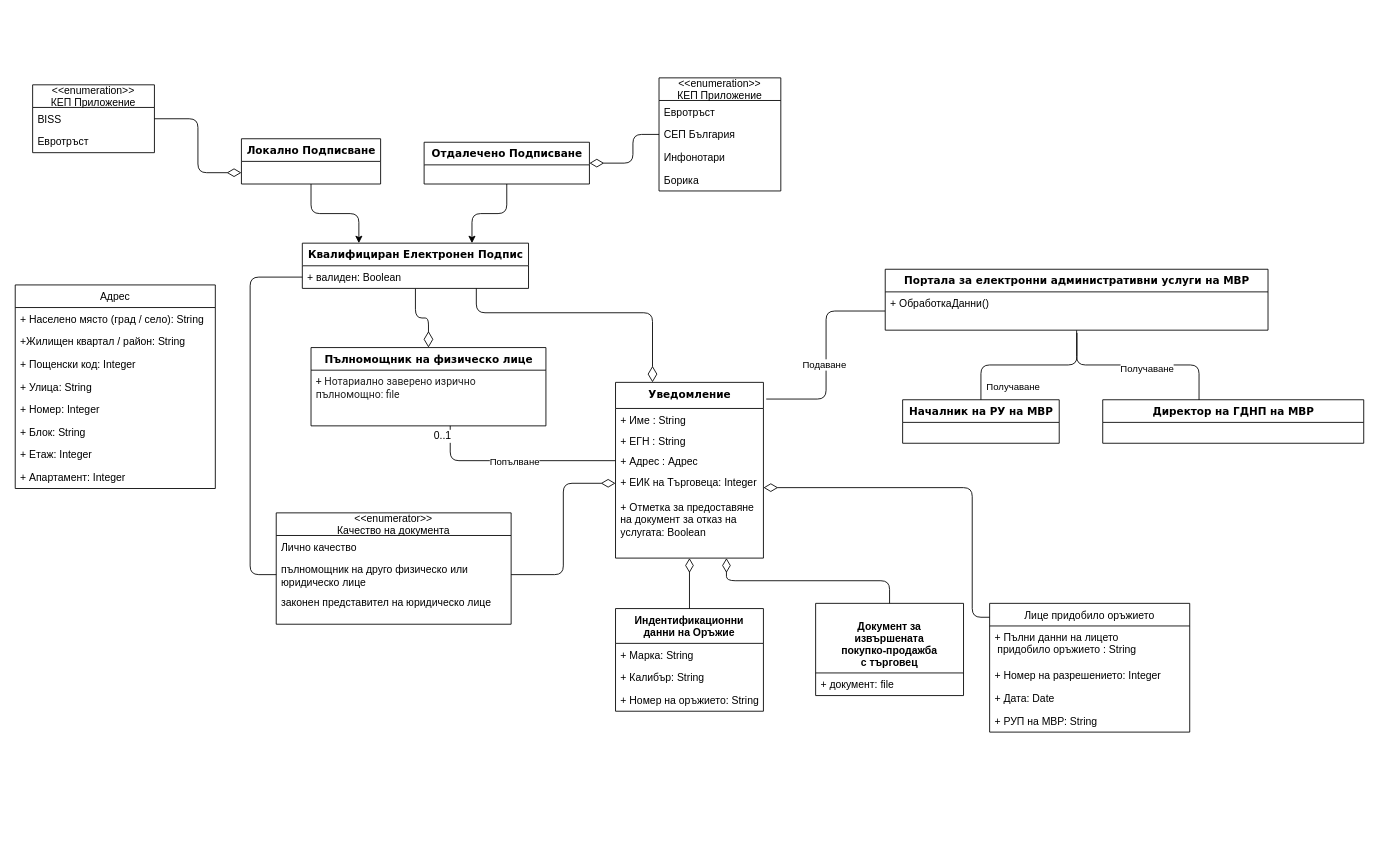
This is classDiagram.drawio from Nv4n/istp-diagram-project-2022-23, a draw.io file, before an edit. Source tidied: cells renumbered, new cells numbered last; positions are measured from the earlier drawing's top-left corner, leaving out a move shared by most shapes. Both pictures are drawn from the tidied source at 87%, with x=0, y=0 at pixel (15, 77).
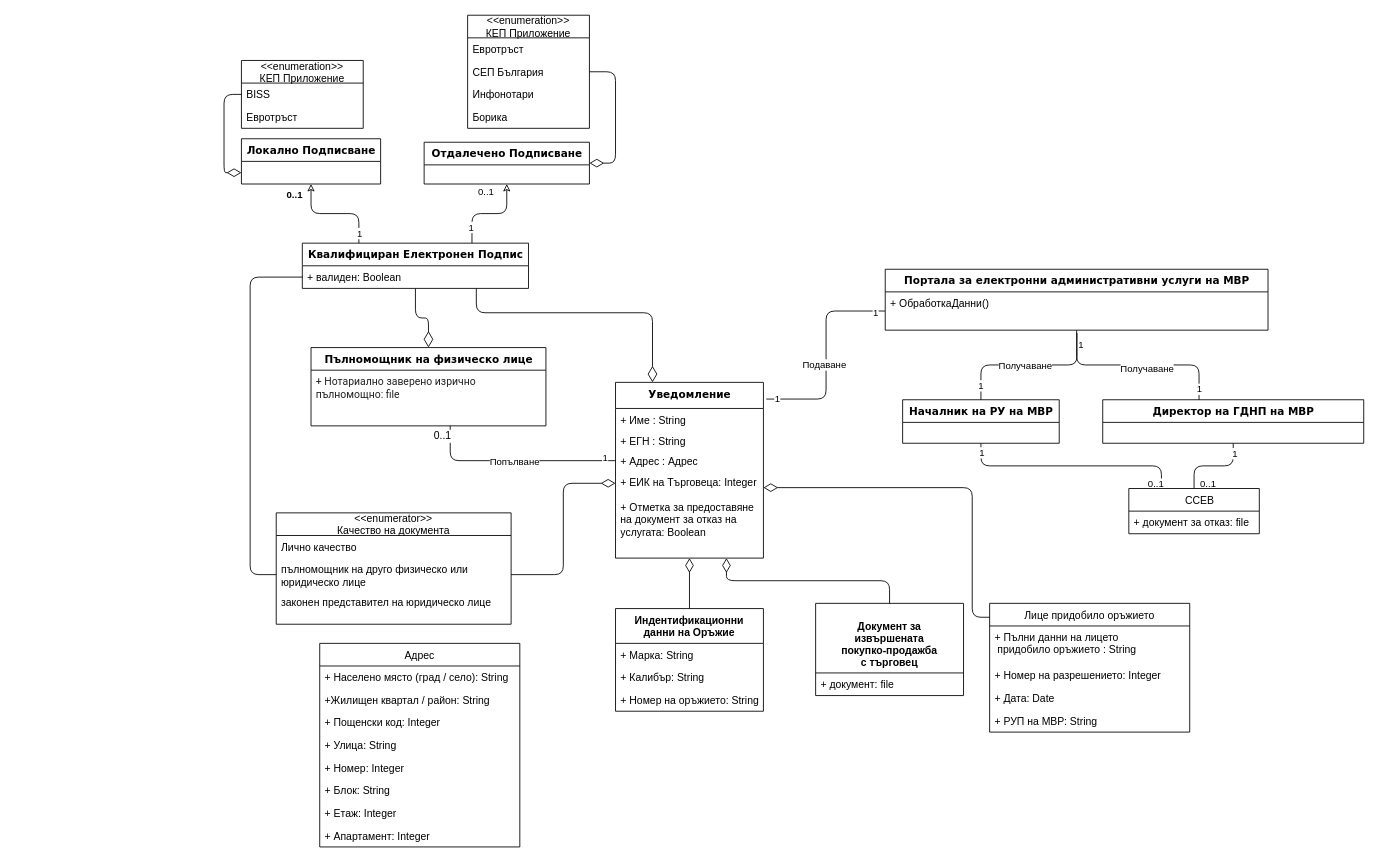
The same page after the edit.

The change refers to these unchanged cells:
```xml
<mxCell id="3" value="Квалифициран Електронен Подпис" style="swimlane;html=1;fontStyle=1;align=center;verticalAlign=top;horizontal=1;startSize=26;swimlaneFillColor=#ffffff;rounded=0;shadow=0;comic=0;labelBackgroundColor=none;strokeWidth=1;fillColor=none;fontFamily=Verdana;fontSize=12;" parent="1" vertex="1">
  <mxGeometry x="330" y="190" width="260" height="52" as="geometry" />
</mxCell>
<mxCell id="5" value="Началник на РУ на МВР" style="swimlane;html=1;fontStyle=1;align=center;verticalAlign=top;horizontal=1;startSize=26;swimlaneFillColor=#ffffff;rounded=0;shadow=0;comic=0;labelBackgroundColor=none;strokeWidth=1;fillColor=none;fontFamily=Verdana;fontSize=12;" parent="1" vertex="1">
  <mxGeometry x="1020" y="370" width="180" height="50" as="geometry" />
</mxCell>
<mxCell id="7" value="Локално Подписване" style="swimlane;html=1;fontStyle=1;align=center;verticalAlign=top;horizontal=1;startSize=26;swimlaneFillColor=#ffffff;rounded=0;shadow=0;comic=0;labelBackgroundColor=none;strokeWidth=1;fillColor=none;fontFamily=Verdana;fontSize=12;" parent="1" vertex="1">
  <mxGeometry x="260" y="70" width="160" height="52" as="geometry" />
</mxCell>
<mxCell id="9" value="Отдалечено Подписване" style="swimlane;html=1;fontStyle=1;align=center;verticalAlign=top;horizontal=1;startSize=26;swimlaneFillColor=#ffffff;rounded=0;shadow=0;comic=0;labelBackgroundColor=none;strokeWidth=1;fillColor=none;fontFamily=Verdana;fontSize=12;" parent="1" vertex="1">
  <mxGeometry x="470" y="74" width="190" height="48" as="geometry" />
</mxCell>
<mxCell id="10" style="edgeStyle=elbowEdgeStyle;comic=0;html=1;exitX=1.019;exitY=0.095;exitDx=0;exitDy=0;endArrow=none;endFill=0;endSize=16;exitPerimeter=0;" parent="1" edge="1" source="12">
  <mxGeometry relative="1" as="geometry">
    <mxPoint x="1000" y="268" as="targetPoint" />
  </mxGeometry>
</mxCell>
<mxCell id="15" value="+ Адрес : Адрес" style="text;html=1;strokeColor=none;fillColor=none;align=left;verticalAlign=top;spacingLeft=4;spacingRight=4;whiteSpace=wrap;overflow=hidden;points=[[0,0.5],[1,0.5]];portConstraint=eastwest;" parent="12" vertex="1">
  <mxGeometry y="78" width="170" height="24" as="geometry" />
</mxCell>
<mxCell id="18" value="Директор на ГДНП на МВР" style="swimlane;html=1;fontStyle=1;align=center;verticalAlign=top;horizontal=1;startSize=26;swimlaneFillColor=#ffffff;rounded=0;shadow=0;comic=0;labelBackgroundColor=none;strokeWidth=1;fillColor=none;fontFamily=Verdana;fontSize=12;" parent="1" vertex="1">
  <mxGeometry x="1250" y="370" width="300" height="50" as="geometry" />
</mxCell>
<mxCell id="19" style="edgeStyle=elbowEdgeStyle;comic=0;html=1;entryX=0.369;entryY=0.002;entryDx=0;entryDy=0;endArrow=none;endFill=0;endSize=16;elbow=vertical;entryPerimeter=0;" parent="1" edge="1" source="21" target="18">
  <mxGeometry relative="1" as="geometry" />
</mxCell>
<mxCell id="24" value="&lt;font style=&quot;font-size: 12px;&quot;&gt;&lt;span style=&quot;color: rgb(32, 32, 32); font-family: Roboto, Verdana, &amp;quot;Segoe UI&amp;quot;, &amp;quot;Helvetica Neue&amp;quot;, Arial, sans-serif, &amp;quot;Apple Color Emoji&amp;quot;, &amp;quot;Segoe UI Emoji&amp;quot;, &amp;quot;Segoe UI Symbol&amp;quot;; text-align: justify; background-color: rgb(255, 255, 255);&quot;&gt;+ Нотариално заверено изрично пълномощно: file&lt;/span&gt;&lt;/font&gt;" style="text;html=1;strokeColor=none;fillColor=none;align=left;verticalAlign=top;spacingLeft=4;spacingRight=4;whiteSpace=wrap;overflow=hidden;points=[[0,0.5],[1,0.5]];portConstraint=eastwest;" parent="23" vertex="1">
  <mxGeometry y="26" width="270" height="64" as="geometry" />
</mxCell>
<mxCell id="35" value="СЕП България" style="text;strokeColor=none;fillColor=none;align=left;verticalAlign=top;spacingLeft=4;spacingRight=4;overflow=hidden;points=[[0,0.5],[1,0.5]];portConstraint=eastwest;glass=0;" parent="33" vertex="1">
  <mxGeometry y="52" width="140" height="26" as="geometry" />
</mxCell>
<mxCell id="40" value="BISS" style="text;strokeColor=none;fillColor=none;align=left;verticalAlign=top;spacingLeft=4;spacingRight=4;overflow=hidden;points=[[0,0.5],[1,0.5]];portConstraint=eastwest;glass=0;" parent="39" vertex="1">
  <mxGeometry y="26" width="140" height="26" as="geometry" />
</mxCell>
<mxCell id="62" style="edgeStyle=elbowEdgeStyle;comic=0;html=1;entryX=0.5;entryY=0;entryDx=0;entryDy=0;endArrow=none;endFill=0;endSize=16;elbow=vertical;exitX=0.501;exitY=1.071;exitDx=0;exitDy=0;exitPerimeter=0;" parent="1" edge="1" source="22" target="5">
  <mxGeometry relative="1" as="geometry">
    <Array as="points">
      <mxPoint x="1150" y="330" />
      <mxPoint x="1180" y="310" />
    </Array>
  </mxGeometry>
</mxCell>
```

What changed in the source:
```diff
@@
+    <mxCell id="70" style="edgeStyle=elbowEdgeStyle;elbow=vertical;html=1;endArrow=none;endFill=0;entryX=0.25;entryY=0;entryDx=0;entryDy=0;" parent="1" edge="1" source="5" target="86">
+      <mxGeometry relative="1" as="geometry" />
+    </mxCell>
+    <mxCell id="71" value="0..1" style="edgeLabel;html=1;align=center;verticalAlign=middle;" parent="70" vertex="1">
+      <mxGeometry x="0.89" y="1" relative="1" as="geometry">
+        <mxPoint x="-8" y="9" as="offset" />
+      </mxGeometry>
+    </mxCell>
+    <mxCell id="72" value="1" style="edgeLabel;html=1;align=center;verticalAlign=middle;" parent="70" vertex="1">
+      <mxGeometry x="-0.92" relative="1" as="geometry" />
+    </mxCell>
@@
-    <mxCell id="6" style="edgeStyle=elbowEdgeStyle;html=1;exitX=0.5;exitY=1;exitDx=0;exitDy=0;entryX=0.25;entryY=0;entryDx=0;entryDy=0;elbow=vertical;" parent="1" edge="1" source="7" target="3">
+    <mxCell id="6" style="edgeStyle=elbowEdgeStyle;html=1;exitX=0.5;exitY=1;exitDx=0;exitDy=0;entryX=0.25;entryY=0;entryDx=0;entryDy=0;elbow=vertical;endArrow=none;endFill=0;startArrow=classic;startFill=0;" parent="1" edge="1" source="7" target="3">
       <mxGeometry relative="1" as="geometry" />
     </mxCell>
+    <mxCell id="73" value="0..1" style="edgeLabel;html=1;align=center;verticalAlign=middle;fontStyle=1;" parent="6" vertex="1">
+      <mxGeometry x="-0.81" y="-2" relative="1" as="geometry">
+        <mxPoint x="-18" as="offset" />
+      </mxGeometry>
+    </mxCell>
+    <mxCell id="74" value="1" style="edgeLabel;html=1;align=center;verticalAlign=middle;" parent="6" vertex="1">
+      <mxGeometry x="0.81" relative="1" as="geometry" />
+    </mxCell>
@@
-    <mxCell id="8" style="edgeStyle=elbowEdgeStyle;elbow=vertical;html=1;exitX=0.5;exitY=1;exitDx=0;exitDy=0;entryX=0.75;entryY=0;entryDx=0;entryDy=0;" parent="1" edge="1" source="9" target="3">
+    <mxCell id="8" style="edgeStyle=elbowEdgeStyle;elbow=vertical;html=1;exitX=0.5;exitY=1;exitDx=0;exitDy=0;entryX=0.75;entryY=0;entryDx=0;entryDy=0;endArrow=none;endFill=0;startArrow=classic;startFill=0;" parent="1" edge="1" source="9" target="3">
       <mxGeometry relative="1" as="geometry" />
     </mxCell>
+    <mxCell id="75" value="0..1" style="edgeLabel;html=1;align=center;verticalAlign=middle;" parent="8" vertex="1">
+      <mxGeometry x="-0.86" y="-1" relative="1" as="geometry">
+        <mxPoint x="-24" as="offset" />
+      </mxGeometry>
+    </mxCell>
+    <mxCell id="76" value="1" style="edgeLabel;html=1;align=center;verticalAlign=middle;" parent="8" vertex="1">
+      <mxGeometry x="0.65" y="-2" relative="1" as="geometry" />
+    </mxCell>
@@
+    <mxCell id="77" value="1" style="edgeLabel;html=1;align=center;verticalAlign=middle;" parent="10" vertex="1">
+      <mxGeometry x="-0.9" y="1" relative="1" as="geometry" />
+    </mxCell>
+    <mxCell id="78" value="1" style="edgeLabel;html=1;align=center;verticalAlign=middle;" parent="10" vertex="1">
+      <mxGeometry x="0.9" y="-1" relative="1" as="geometry" />
+    </mxCell>
@@
+    <mxCell id="79" style="edgeStyle=elbowEdgeStyle;html=1;entryX=0.5;entryY=0;entryDx=0;entryDy=0;elbow=vertical;endArrow=none;endFill=0;" parent="1" edge="1" source="18" target="86">
+      <mxGeometry relative="1" as="geometry" />
+    </mxCell>
+    <mxCell id="80" value="0..1" style="edgeLabel;html=1;align=center;verticalAlign=middle;" parent="79" vertex="1">
+      <mxGeometry x="0.72" relative="1" as="geometry">
+        <mxPoint x="15" y="8" as="offset" />
+      </mxGeometry>
+    </mxCell>
+    <mxCell id="81" value="1" style="edgeLabel;html=1;align=center;verticalAlign=middle;" parent="79" vertex="1">
+      <mxGeometry x="-0.77" y="1" relative="1" as="geometry" />
+    </mxCell>
@@
+    <mxCell id="82" value="1" style="edgeLabel;html=1;align=center;verticalAlign=middle;" parent="19" vertex="1">
+      <mxGeometry x="0.88" relative="1" as="geometry" />
+    </mxCell>
@@
-    <mxCell id="25" style="edgeStyle=elbowEdgeStyle;comic=0;html=1;endArrow=none;endFill=0;endSize=16;exitX=0;exitY=0.5;exitDx=0;exitDy=0;" parent="1" edge="1" source="15" target="24">
+    <mxCell id="25" style="edgeStyle=elbowEdgeStyle;comic=0;html=1;endArrow=none;endFill=0;endSize=16;" parent="1" edge="1" target="24">
       <mxGeometry relative="1" as="geometry">
+        <mxPoint x="690" y="440" as="sourcePoint" />
         <Array as="points">
           <mxPoint x="500" y="450" />
           <mxPoint x="490" y="470" />
         </Array>
       </mxGeometry>
     </mxCell>
@@
+    <mxCell id="83" value="1" style="edgeLabel;html=1;align=center;verticalAlign=middle;" parent="25" vertex="1">
+      <mxGeometry x="-0.89" y="-4" relative="1" as="geometry" />
+    </mxCell>
@@
     <mxCell id="33" value="&lt;&lt;enumeration&gt;&gt;&#10;КЕП Приложение" style="swimlane;fontStyle=0;horizontal=1;startSize=26;fillColor=none;glass=0;" parent="1" vertex="1">
-      <mxGeometry x="740" width="140" height="130" as="geometry" />
+      <mxGeometry x="520" y="-72" width="140" height="130" as="geometry" />
     </mxCell>
@@
-    <mxCell id="38" style="edgeStyle=elbowEdgeStyle;html=1;exitX=0;exitY=0.5;exitDx=0;exitDy=0;entryX=1;entryY=0.5;entryDx=0;entryDy=0;endArrow=diamondThin;endFill=0;endSize=14;" parent="1" edge="1" source="35" target="9">
+    <mxCell id="38" style="edgeStyle=elbowEdgeStyle;html=1;exitX=1;exitY=0.5;exitDx=0;exitDy=0;entryX=1;entryY=0.5;entryDx=0;entryDy=0;endArrow=diamondThin;endFill=0;endSize=14;" parent="1" edge="1" source="35" target="9">
       <mxGeometry relative="1" as="geometry">
         <Array as="points">
+          <mxPoint x="690" y="70" />
+          <mxPoint x="680" y="60" />
           <mxPoint x="710" y="60" />
           <mxPoint x="1130" y="210" />
           <mxPoint x="1090" y="220" />
         </Array>
       </mxGeometry>
     </mxCell>
     <mxCell id="39" value="&lt;&lt;enumeration&gt;&gt;&#10;КЕП Приложение" style="swimlane;fontStyle=0;horizontal=1;startSize=26;fillColor=none;glass=0;" parent="1" vertex="1">
-      <mxGeometry x="20" y="8" width="140" height="78" as="geometry" />
+      <mxGeometry x="260" y="-20" width="140" height="78" as="geometry" />
     </mxCell>
@@
-    <mxCell id="42" style="edgeStyle=elbowEdgeStyle;html=1;entryX=0;entryY=0.75;entryDx=0;entryDy=0;endArrow=diamondThin;endFill=0;endSize=14;exitX=1;exitY=0.5;exitDx=0;exitDy=0;" parent="1" edge="1" source="40" target="7">
-      <mxGeometry relative="1" as="geometry" />
+    <mxCell id="42" style="edgeStyle=elbowEdgeStyle;html=1;entryX=0;entryY=0.75;entryDx=0;entryDy=0;endArrow=diamondThin;endFill=0;endSize=14;exitX=0;exitY=0.5;exitDx=0;exitDy=0;" parent="1" edge="1" source="40" target="7">
+      <mxGeometry relative="1" as="geometry">
+        <Array as="points">
+          <mxPoint x="240" y="70" />
+        </Array>
+      </mxGeometry>
     </mxCell>
@@
     <mxCell id="53" value="Адрес" style="swimlane;fontStyle=0;horizontal=1;startSize=26;fillColor=none;" parent="1" vertex="1">
-      <mxGeometry y="238" width="230" height="234" as="geometry" />
+      <mxGeometry x="350" y="650" width="230" height="234" as="geometry" />
     </mxCell>
@@
     <mxCell id="63" value="Получаване" style="edgeLabel;html=1;align=center;verticalAlign=middle;" parent="62" vertex="1">
       <mxGeometry x="0.13" y="-1" relative="1" as="geometry">
-        <mxPoint x="-5" y="25" as="offset" />
+        <mxPoint x="9" y="1" as="offset" />
       </mxGeometry>
     </mxCell>
+    <mxCell id="84" value="1" style="edgeLabel;html=1;align=center;verticalAlign=middle;" parent="62" vertex="1">
+      <mxGeometry x="0.83" y="-1" relative="1" as="geometry" />
+    </mxCell>
+    <mxCell id="85" value="1" style="edgeLabel;html=1;align=center;verticalAlign=middle;" parent="62" vertex="1">
+      <mxGeometry x="-0.86" y="4" relative="1" as="geometry" />
+    </mxCell>
@@
+    <mxCell id="86" value="    ССЕВ" style="swimlane;fontStyle=0;horizontal=1;startSize=26;fillColor=none;" parent="1" vertex="1">
+      <mxGeometry x="1280" y="472" width="150" height="52" as="geometry" />
+    </mxCell>
+    <mxCell id="87" value="+ документ за отказ: file" style="text;strokeColor=none;fillColor=none;align=left;verticalAlign=top;spacingLeft=4;spacingRight=4;overflow=hidden;" parent="86" vertex="1">
+      <mxGeometry y="26" width="150" height="26" as="geometry" />
+    </mxCell>
```
